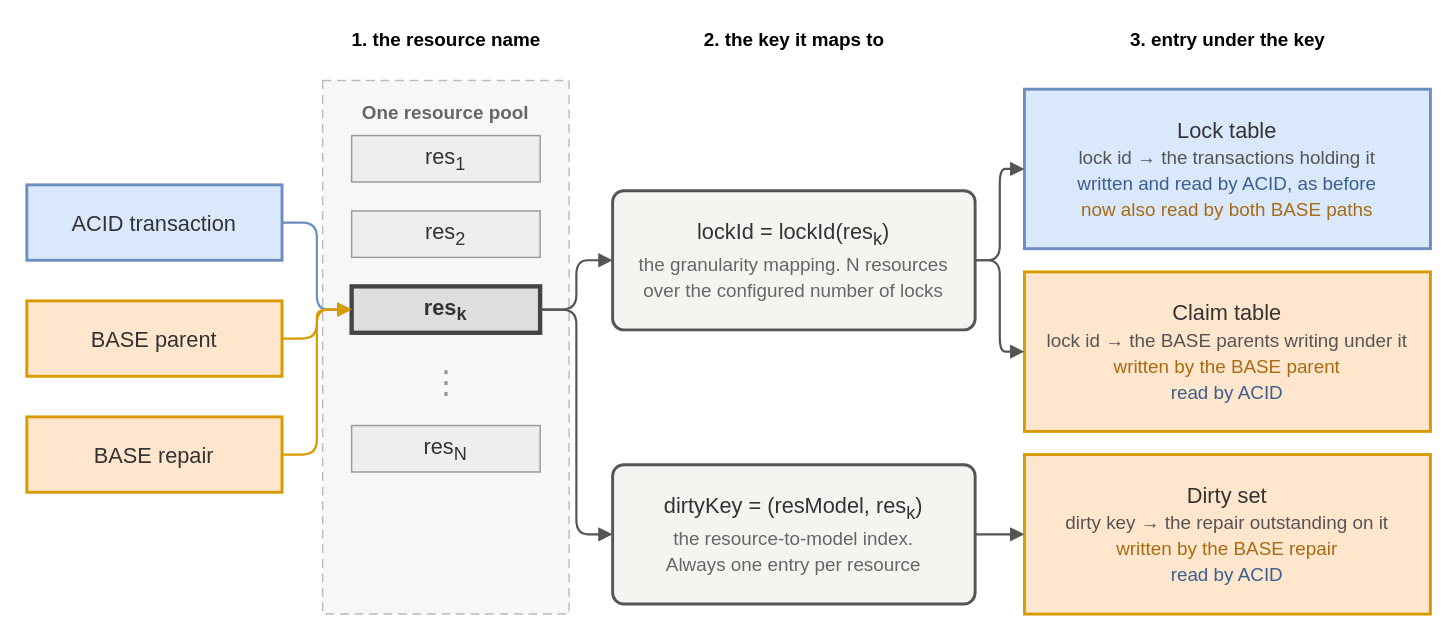
Before: figures/fig-arbiter-layer.drawio in mililika/bachelor-thesis-tum-acid-base-adaptivity, a draw.io diagram. Source tidied: cells renumbered, new cells numbered last; positions are measured from the earlier drawing's top-left corner, leaving out a move shared by most shapes. Both pictures are drawn from the tidied source at 145%, with x=0, y=0 at pixel (26, 25).
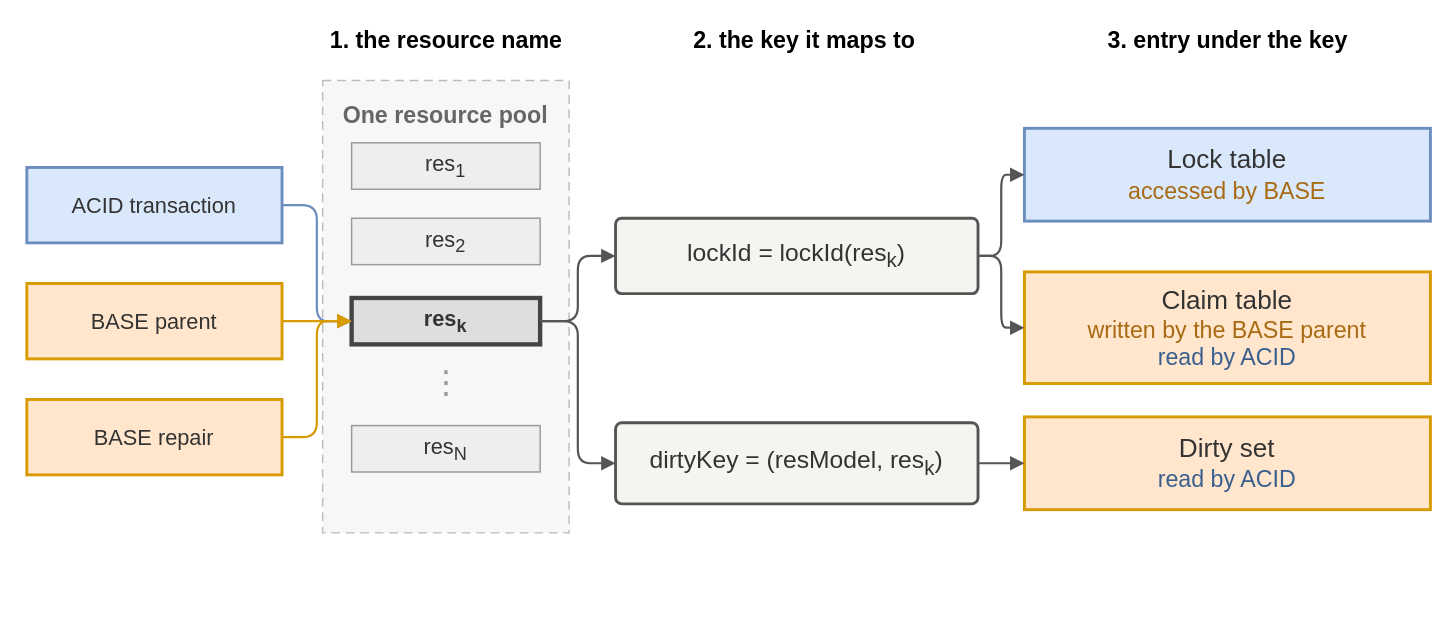
The same diagram, later.

Diff of the diagram source:
```diff
@@
-    <mxCell id="2" value="&lt;span&gt;1.&lt;/span&gt; the resource name" style="text;html=1;align=center;verticalAlign=middle;fontSize=13;fontFamily=Helvetica;fontColor=#000000;fontStyle=1;" parent="1" vertex="1">
+    <mxCell id="2" value="&lt;span&gt;1.&lt;/span&gt; the resource name" style="text;html=1;align=center;verticalAlign=middle;fontSize=16;fontFamily=Helvetica;fontColor=#000000;fontStyle=1;" parent="1" vertex="1">
       <mxGeometry x="194" width="190" height="20" as="geometry" />
     </mxCell>
-    <mxCell id="3" value="&lt;span&gt;2.&lt;/span&gt; the key it maps to" style="text;html=1;align=center;verticalAlign=middle;fontSize=13;fontFamily=Helvetica;fontColor=#000000;fontStyle=1;" parent="1" vertex="1">
-      <mxGeometry x="404" width="250" height="20" as="geometry" />
+    <mxCell id="3" value="&lt;span&gt;2.&lt;/span&gt; the key it maps to" style="text;html=1;align=center;verticalAlign=middle;fontSize=16;fontFamily=Helvetica;fontColor=#000000;fontStyle=1;" parent="1" vertex="1">
+      <mxGeometry x="411" width="250" height="20" as="geometry" />
     </mxCell>
-    <mxCell id="4" value="&lt;span&gt;3.&lt;/span&gt; entry under the key" style="text;html=1;align=center;verticalAlign=middle;fontSize=13;fontFamily=Helvetica;fontColor=#000000;fontStyle=1;" parent="1" vertex="1">
+    <mxCell id="4" value="&lt;span&gt;3.&lt;/span&gt; entry under the key" style="text;html=1;align=center;verticalAlign=middle;fontSize=16;fontFamily=Helvetica;fontColor=#000000;fontStyle=1;" parent="1" vertex="1">
       <mxGeometry x="688" width="280" height="20" as="geometry" />
     </mxCell>
     <mxCell id="5" value="ACID transaction" style="rounded=0;whiteSpace=wrap;html=1;fillColor=#dae8fc;strokeColor=#6c8ebf;strokeWidth=2;fontFamily=Helvetica;fontSize=15;fontColor=#333333;" parent="1" vertex="1">
-      <mxGeometry y="110" width="176" height="52" as="geometry" />
+      <mxGeometry y="98" width="176" height="52" as="geometry" />
     </mxCell>
     <mxCell id="6" value="BASE parent" style="rounded=0;whiteSpace=wrap;html=1;fillColor=#ffe6cc;strokeColor=#d79b00;strokeWidth=2;fontFamily=Helvetica;fontSize=15;fontColor=#333333;" parent="1" vertex="1">
-      <mxGeometry y="190" width="176" height="52" as="geometry" />
+      <mxGeometry y="178" width="176" height="52" as="geometry" />
     </mxCell>
     <mxCell id="7" value="BASE repair" style="rounded=0;whiteSpace=wrap;html=1;fillColor=#ffe6cc;strokeColor=#d79b00;strokeWidth=2;fontFamily=Helvetica;fontSize=15;fontColor=#333333;" parent="1" vertex="1">
-      <mxGeometry y="270" width="176" height="52" as="geometry" />
+      <mxGeometry y="258" width="176" height="52" as="geometry" />
     </mxCell>
-    <mxCell id="8" value="&lt;b&gt;One resource pool&lt;/b&gt;" style="rounded=0;whiteSpace=wrap;html=1;fillColor=#f7f7f7;strokeColor=#bbbbbb;dashed=1;dashPattern=6 4;verticalAlign=top;align=center;spacingTop=8;fontSize=13;fontFamily=Helvetica;fontColor=#666666;" parent="1" vertex="1">
-      <mxGeometry x="204" y="38" width="170" height="368" as="geometry" />
+    <mxCell id="8" value="&lt;b&gt;&lt;font style=&quot;font-size: 16px;&quot;&gt;One resource pool&lt;/font&gt;&lt;/b&gt;" style="rounded=0;whiteSpace=wrap;html=1;fillColor=#f7f7f7;strokeColor=#bbbbbb;dashed=1;dashPattern=6 4;verticalAlign=top;align=center;spacingTop=8;fontSize=13;fontFamily=Helvetica;fontColor=#666666;" parent="1" vertex="1">
+      <mxGeometry x="204" y="38" width="170" height="312" as="geometry" />
     </mxCell>
     <mxCell id="9" value="res&lt;sub&gt;1&lt;/sub&gt;" style="rounded=0;whiteSpace=wrap;html=1;fillColor=#eeeeee;strokeColor=#999999;fontFamily=Helvetica;fontSize=15;fontColor=#333333;" parent="1" vertex="1">
-      <mxGeometry x="224" y="76" width="130" height="32" as="geometry" />
+      <mxGeometry x="224" y="81" width="130" height="32" as="geometry" />
     </mxCell>
     <mxCell id="10" value="res&lt;sub&gt;2&lt;/sub&gt;" style="rounded=0;whiteSpace=wrap;html=1;fillColor=#eeeeee;strokeColor=#999999;fontFamily=Helvetica;fontSize=15;fontColor=#333333;" parent="1" vertex="1">
-      <mxGeometry x="224" y="128" width="130" height="32" as="geometry" />
+      <mxGeometry x="224" y="133" width="130" height="32" as="geometry" />
     </mxCell>
     <mxCell id="11" value="res&lt;sub&gt;k&lt;/sub&gt;" style="rounded=0;whiteSpace=wrap;html=1;fillColor=#dedede;strokeColor=#444444;strokeWidth=3;fontFamily=Helvetica;fontSize=15;fontColor=#333333;fontStyle=1;" parent="1" vertex="1">
-      <mxGeometry x="224" y="180" width="130" height="32" as="geometry" />
+      <mxGeometry x="224" y="188" width="130" height="32" as="geometry" />
     </mxCell>
@@
-    <mxCell id="17" value="&lt;span&gt;lockId&lt;/span&gt; = lockId(res&lt;sub&gt;k&lt;/sub&gt;)&lt;br&gt;&lt;font style=&quot;font-size: 13px;&quot; color=&quot;#666666&quot;&gt;the granularity mapping. N resources&lt;br&gt;over the configured number of locks&lt;/font&gt;" style="rounded=1;arcSize=8;whiteSpace=wrap;html=1;fillColor=#f4f4f0;strokeColor=#555555;strokeWidth=2;fontFamily=Helvetica;fontSize=15;fontColor=#333333;fontStyle=0;" parent="1" vertex="1">
-      <mxGeometry x="404" y="114" width="250" height="96" as="geometry" />
+    <mxCell id="17" value="&lt;span&gt;lockId&lt;/span&gt; = lockId(res&lt;sub&gt;k&lt;/sub&gt;)" style="rounded=1;arcSize=8;whiteSpace=wrap;html=1;fillColor=#f4f4f0;strokeColor=#555555;strokeWidth=2;fontFamily=Helvetica;fontSize=17;fontColor=#333333;fontStyle=0;" parent="1" vertex="1">
+      <mxGeometry x="406" y="133" width="250" height="52" as="geometry" />
     </mxCell>
-    <mxCell id="18" value="&lt;span&gt;dirtyKey&lt;/span&gt; = (resModel, res&lt;sub&gt;k&lt;/sub&gt;)&lt;br&gt;&lt;font style=&quot;font-size: 13px;&quot; color=&quot;#666666&quot;&gt;the resource-to-model index.&lt;br&gt;Always one entry per resource&lt;/font&gt;" style="rounded=1;arcSize=8;whiteSpace=wrap;html=1;fillColor=#f4f4f0;strokeColor=#555555;strokeWidth=2;fontFamily=Helvetica;fontSize=15;fontColor=#333333;fontStyle=0;" parent="1" vertex="1">
-      <mxGeometry x="404" y="303" width="250" height="96" as="geometry" />
+    <mxCell id="18" value="&lt;span&gt;dirtyKey&lt;/span&gt; = (resModel, res&lt;sub&gt;k&lt;/sub&gt;)" style="rounded=1;arcSize=8;whiteSpace=wrap;html=1;fillColor=#f4f4f0;strokeColor=#555555;strokeWidth=2;fontFamily=Helvetica;fontSize=17;fontColor=#333333;fontStyle=0;" parent="1" vertex="1">
+      <mxGeometry x="406" y="274" width="250" height="56" as="geometry" />
     </mxCell>
@@
-    <mxCell id="21" value="&lt;span&gt;Lock table&lt;/span&gt;&lt;br&gt;&lt;font style=&quot;font-size: 13px;&quot; color=&quot;#555555&quot;&gt;lock id → the transactions holding it&lt;/font&gt;&lt;br&gt;&lt;font style=&quot;font-size: 13px;&quot; color=&quot;#3a5f8f&quot;&gt;written and read by ACID, as before&lt;/font&gt;&lt;br&gt;&lt;font style=&quot;font-size: 13px;&quot; color=&quot;#a86a13&quot;&gt;now also read by both BASE paths&lt;/font&gt;" style="rounded=0;whiteSpace=wrap;html=1;fillColor=#dae8fc;strokeColor=#6c8ebf;strokeWidth=2;fontFamily=Helvetica;fontSize=15;fontColor=#333333;fontStyle=0;" parent="1" vertex="1">
-      <mxGeometry x="688" y="44" width="280" height="110" as="geometry" />
+    <mxCell id="21" value="&lt;font style=&quot;&quot;&gt;&lt;font style=&quot;font-size: 18px;&quot;&gt;Lock table&lt;br&gt;&lt;/font&gt;&lt;font style=&quot;font-size: 16px;&quot; color=&quot;#a86a13&quot;&gt;accessed by BASE&lt;/font&gt;&lt;/font&gt;" style="rounded=0;whiteSpace=wrap;html=1;fillColor=#dae8fc;strokeColor=#6c8ebf;strokeWidth=2;fontFamily=Helvetica;fontSize=15;fontColor=#333333;fontStyle=0;" parent="1" vertex="1">
+      <mxGeometry x="688" y="71" width="280" height="64" as="geometry" />
     </mxCell>
-    <mxCell id="22" value="&lt;span&gt;Claim table&lt;/span&gt;&lt;br&gt;&lt;font style=&quot;font-size: 13px;&quot; color=&quot;#555555&quot;&gt;lock id → the BASE parents writing under it&lt;/font&gt;&lt;br&gt;&lt;font style=&quot;font-size: 13px;&quot; color=&quot;#a86a13&quot;&gt;written by the BASE parent&lt;/font&gt;&lt;br&gt;&lt;font style=&quot;font-size: 13px;&quot; color=&quot;#3a5f8f&quot;&gt;read by ACID&lt;/font&gt;" style="rounded=0;whiteSpace=wrap;html=1;fillColor=#ffe6cc;strokeColor=#d79b00;strokeWidth=2;fontFamily=Helvetica;fontSize=15;fontColor=#333333;fontStyle=0;" parent="1" vertex="1">
-      <mxGeometry x="688" y="170" width="280" height="110" as="geometry" />
+    <mxCell id="22" value="&lt;font style=&quot;font-size: 18px;&quot;&gt;Claim table&lt;br&gt;&lt;/font&gt;&lt;font color=&quot;#a86a13&quot;&gt;written by the BASE parent&lt;/font&gt;&lt;br&gt;&lt;font color=&quot;#3a5f8f&quot;&gt;read by ACID&lt;/font&gt;" style="rounded=0;whiteSpace=wrap;html=1;fillColor=#ffe6cc;strokeColor=#d79b00;strokeWidth=2;fontFamily=Helvetica;fontSize=16;fontColor=#333333;fontStyle=0;" parent="1" vertex="1">
+      <mxGeometry x="688" y="170" width="280" height="77" as="geometry" />
     </mxCell>
-    <mxCell id="23" value="&lt;span&gt;Dirty set&lt;/span&gt;&lt;br&gt;&lt;font style=&quot;font-size: 13px;&quot; color=&quot;#555555&quot;&gt;dirty key → the repair outstanding on it&lt;/font&gt;&lt;br&gt;&lt;font style=&quot;font-size: 13px;&quot; color=&quot;#a86a13&quot;&gt;written by the BASE repair&lt;/font&gt;&lt;br&gt;&lt;font style=&quot;font-size: 13px;&quot; color=&quot;#3a5f8f&quot;&gt;read by ACID&lt;/font&gt;" style="rounded=0;whiteSpace=wrap;html=1;fillColor=#ffe6cc;strokeColor=#d79b00;strokeWidth=2;fontFamily=Helvetica;fontSize=15;fontColor=#333333;fontStyle=0;" parent="1" vertex="1">
-      <mxGeometry x="688" y="296" width="280" height="110" as="geometry" />
+    <mxCell id="23" value="&lt;font style=&quot;font-size: 18px;&quot;&gt;Dirty set&lt;br&gt;&lt;/font&gt;&lt;font color=&quot;#3a5f8f&quot;&gt;read by ACID&lt;/font&gt;" style="rounded=0;whiteSpace=wrap;html=1;fillColor=#ffe6cc;strokeColor=#d79b00;strokeWidth=2;fontFamily=Helvetica;fontSize=16;fontColor=#333333;fontStyle=0;" parent="1" vertex="1">
+      <mxGeometry x="688" y="270" width="280" height="64" as="geometry" />
     </mxCell>
```
